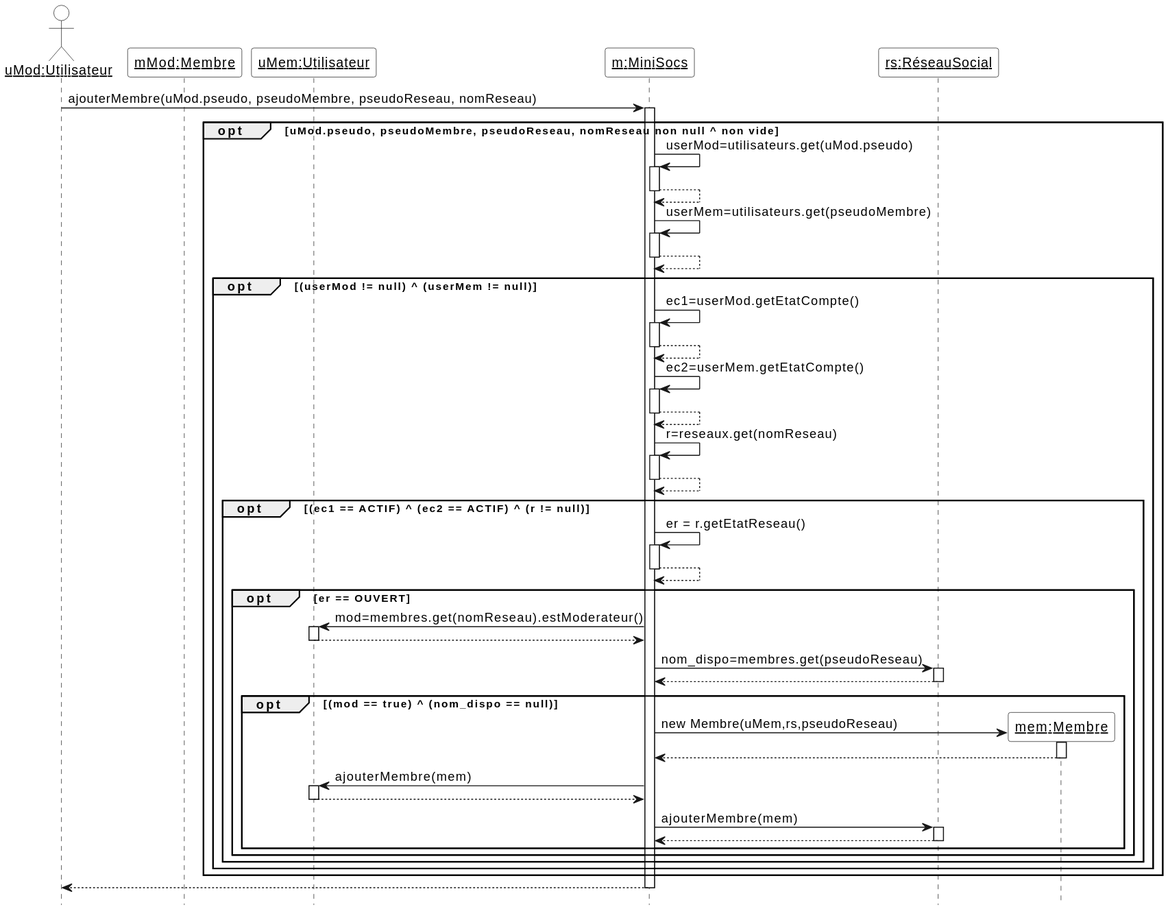
Before: Diagrammes/minisocs_uml_diag_seq_ajouter_membre.svg, a diagram exported from PlantUML (ThELud0/Minisocs). Its diagram source:
```plantuml
@startuml

hide footbox
skinparam sequenceParticipantBackgroundColor White
skinparam sequenceActorBackgroundColor White


actor "__uMod:Utilisateur__" as uMod
participant "__mMod:Membre__" as mod
participant "__uMem:Utilisateur__" as uMem
participant "__m:MiniSocs__" as m
participant "__rs:RéseauSocial__" as rs


uMod -> m ++ : ajouterMembre(uMod.pseudo, pseudoMembre, pseudoReseau, nomReseau)
opt uMod.pseudo, pseudoMembre, pseudoReseau, nomReseau non null ^ non vide
m -> m ++ : userMod=utilisateurs.get(uMod.pseudo)
return
m -> m ++ : userMem=utilisateurs.get(pseudoMembre)
return
opt (userMod != null) ^ (userMem != null)
m -> m ++ : ec1=userMod.getEtatCompte()
return
m -> m ++ : ec2=userMem.getEtatCompte()
return
m -> m ++ : r=reseaux.get(nomReseau)
return
opt (ec1 == ACTIF) ^ (ec2 == ACTIF) ^ (r != null)
m -> m ++ : er = r.getEtatReseau()
return
opt er == OUVERT
m -> uMem ++ : mod=membres.get(nomReseau).estModerateur()
return
m -> rs ++ : nom_dispo=membres.get(pseudoReseau)
return
opt (mod == true) ^ (nom_dispo == null)

create "__mem:Membre__" as mem
m -> mem ++ : new Membre(uMem,rs,pseudoReseau)
return
m -> uMem ++ : ajouterMembre(mem)
return
m -> rs ++ : ajouterMembre(mem)
return



end
end
end
end
end
return
@enduml
```
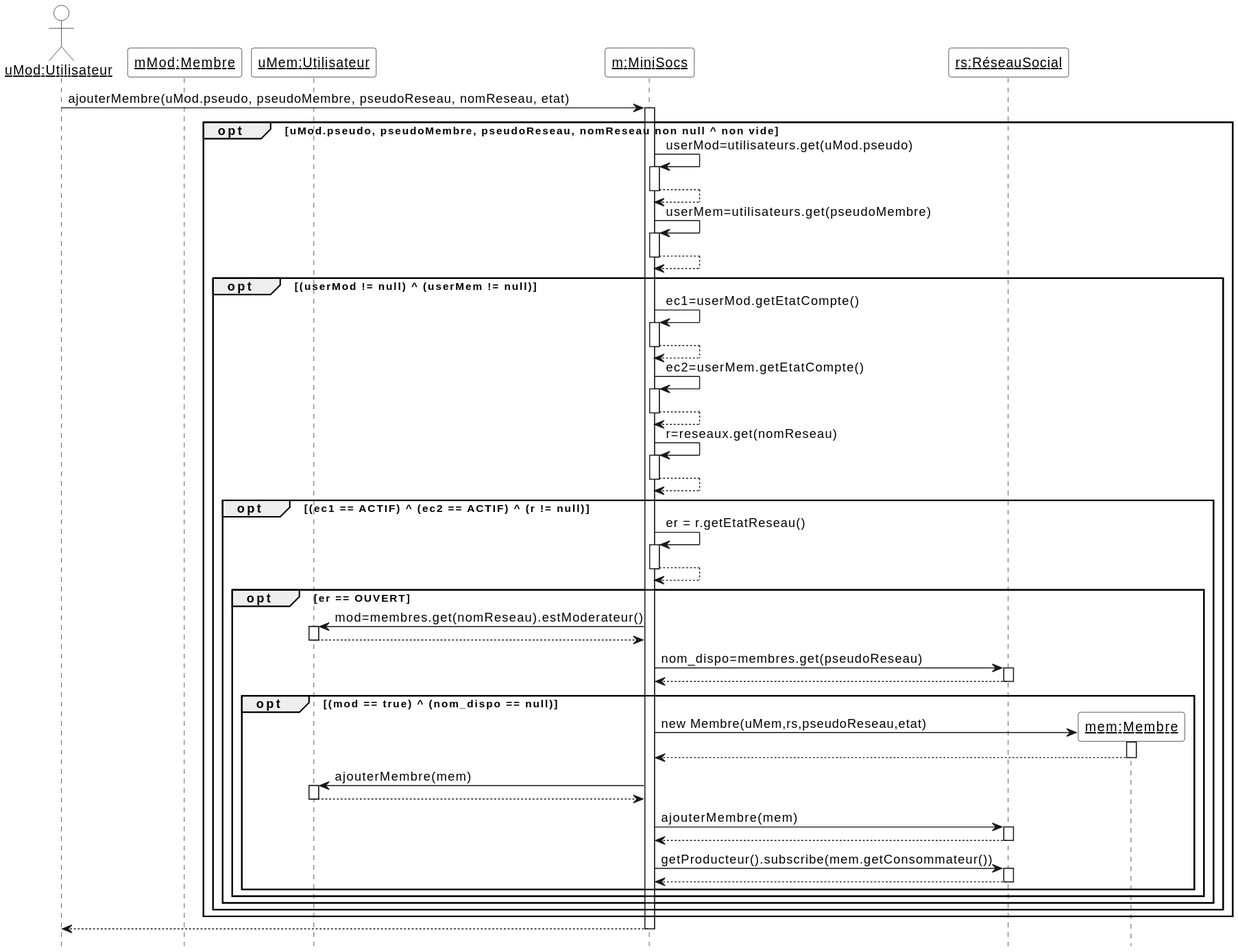
After the commit.

Change to the diagram source:
```diff
@@ -12,7 +12,7 @@
 participant "__rs:RéseauSocial__" as rs
 
 
-uMod -> m ++ : ajouterMembre(uMod.pseudo, pseudoMembre, pseudoReseau, nomReseau)
+uMod -> m ++ : ajouterMembre(uMod.pseudo, pseudoMembre, pseudoReseau, nomReseau, etat)
 opt uMod.pseudo, pseudoMembre, pseudoReseau, nomReseau non null ^ non vide
 m -> m ++ : userMod=utilisateurs.get(uMod.pseudo)
 return
@@ -36,13 +36,14 @@
 opt (mod == true) ^ (nom_dispo == null)
 
 create "__mem:Membre__" as mem
-m -> mem ++ : new Membre(uMem,rs,pseudoReseau)
+m -> mem ++ : new Membre(uMem,rs,pseudoReseau,etat)
 return
 m -> uMem ++ : ajouterMembre(mem)
 return
 m -> rs ++ : ajouterMembre(mem)
 return
-
+m -> rs ++ : getProducteur().subscribe(mem.getConsommateur())
+return
 
 
 end
```
